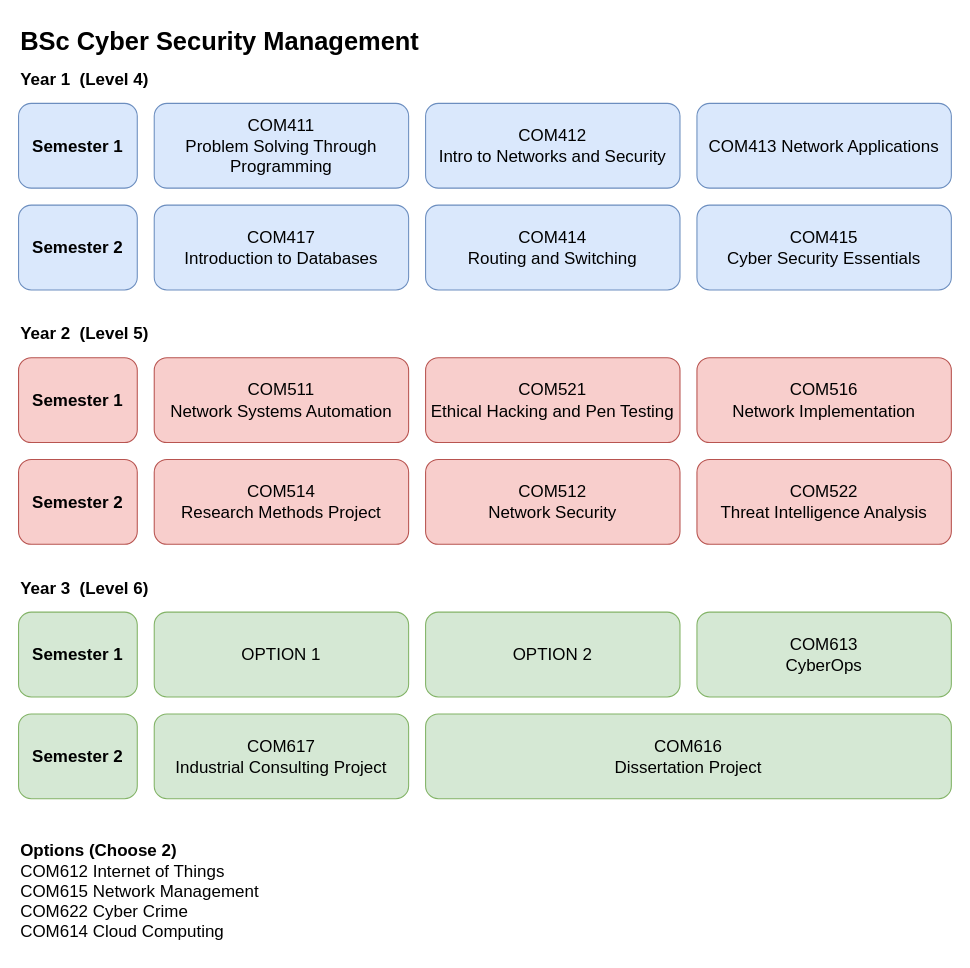
Before: page "BSc Cyber Security Management" (4 of 4) of ALL_UG_2023.drawio in martinsolent/solent_diagrams, a draw.io diagram. Source tidied: cells renumbered, new cells numbered last; positions are measured from the earlier drawing's top-left corner, leaving out a move shared by most shapes. Both pictures are drawn from the tidied source at 106%, with x=0, y=0 at pixel (18, 18).
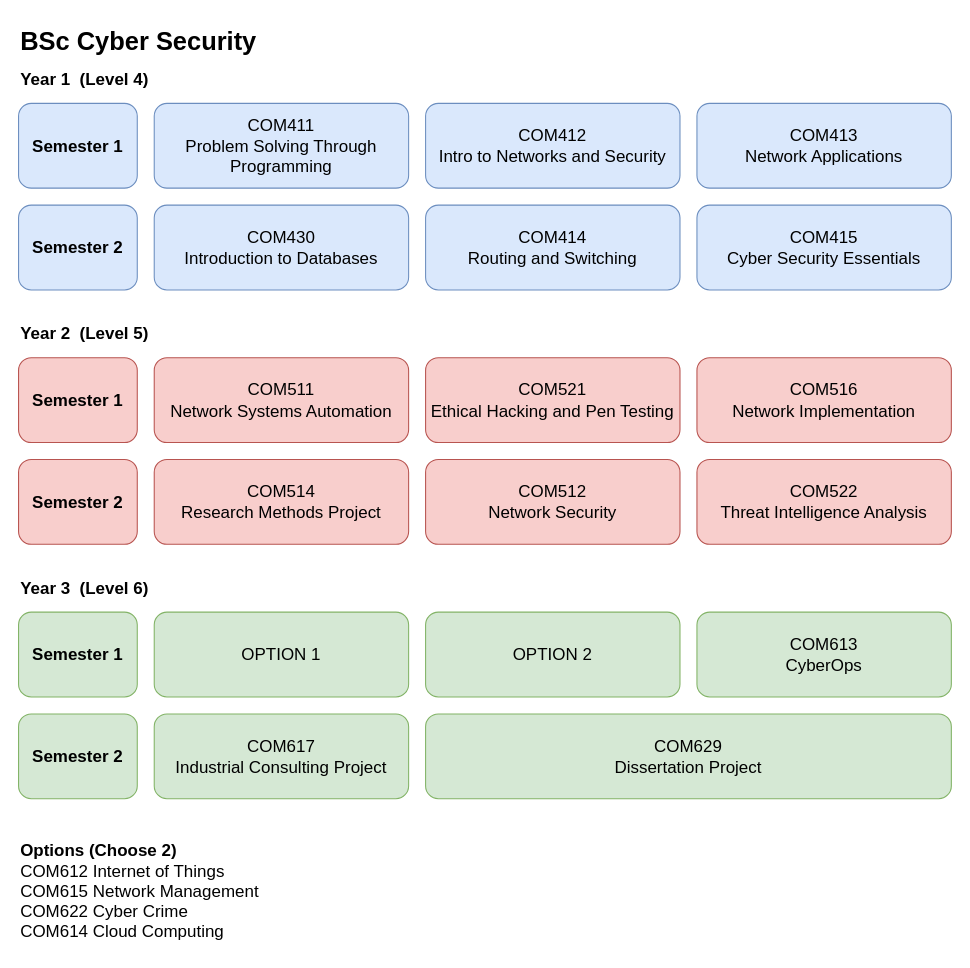
After the change.

Change to the diagram source:
```diff
@@
-    <mxCell id="4" value="&lt;font style=&quot;font-size: 16px;&quot;&gt;COM413 Network Applications&lt;/font&gt;" style="rounded=1;whiteSpace=wrap;html=1;fillColor=#dae8fc;strokeColor=#6c8ebf;" parent="1" vertex="1">
+    <mxCell id="4" value="&lt;font style=&quot;font-size: 16px;&quot;&gt;COM413 &lt;br&gt;Network Applications&lt;/font&gt;" style="rounded=1;whiteSpace=wrap;html=1;fillColor=#dae8fc;strokeColor=#6c8ebf;" parent="1" vertex="1">
       <mxGeometry x="640" y="80" width="240" height="80" as="geometry" />
     </mxCell>
@@
-    <mxCell id="6" value="&lt;font style=&quot;font-size: 16px;&quot;&gt;COM417&lt;br&gt;Introduction to Databases&lt;/font&gt;" style="rounded=1;whiteSpace=wrap;html=1;fillColor=#dae8fc;strokeColor=#6c8ebf;" parent="1" vertex="1">
+    <mxCell id="6" value="&lt;font style=&quot;font-size: 16px;&quot;&gt;COM430&lt;br&gt;Introduction to Databases&lt;/font&gt;" style="rounded=1;whiteSpace=wrap;html=1;fillColor=#dae8fc;strokeColor=#6c8ebf;" parent="1" vertex="1">
       <mxGeometry x="128" y="176" width="240" height="80" as="geometry" />
     </mxCell>
@@
-    <mxCell id="10" value="&lt;font style=&quot;font-size: 24px;&quot;&gt;&lt;b&gt;&lt;font style=&quot;font-size: 24px;&quot;&gt;&lt;font style=&quot;font-size: 24px;&quot;&gt;BSc&amp;nbsp;&lt;/font&gt;&lt;/font&gt;Cyber Security Management&lt;/b&gt;&lt;/font&gt;" style="text;html=1;align=left;verticalAlign=middle;strokeColor=none;fillColor=none;" parent="1" vertex="1">
-      <mxGeometry width="400" height="44" as="geometry" />
+    <mxCell id="10" value="&lt;font style=&quot;font-size: 24px;&quot;&gt;&lt;b&gt;&lt;font style=&quot;font-size: 24px;&quot;&gt;&lt;font style=&quot;font-size: 24px;&quot;&gt;BSc&amp;nbsp;&lt;/font&gt;&lt;/font&gt;Cyber Security&lt;/b&gt;&lt;/font&gt;" style="text;html=1;align=left;verticalAlign=middle;strokeColor=none;fillColor=none;" parent="1" vertex="1">
+      <mxGeometry width="244" height="44" as="geometry" />
     </mxCell>
@@
-    <mxCell id="26" value="&lt;font style=&quot;font-size: 16px;&quot;&gt;COM616&lt;br&gt;Dissertation Project &lt;/font&gt;" style="rounded=1;whiteSpace=wrap;html=1;fillColor=#d5e8d4;strokeColor=#82b366;" parent="1" vertex="1">
+    <mxCell id="26" value="&lt;font style=&quot;font-size: 16px;&quot;&gt;COM629&lt;br&gt;Dissertation Project &lt;/font&gt;" style="rounded=1;whiteSpace=wrap;html=1;fillColor=#d5e8d4;strokeColor=#82b366;" parent="1" vertex="1">
       <mxGeometry x="384" y="656" width="496" height="80" as="geometry" />
     </mxCell>
```
